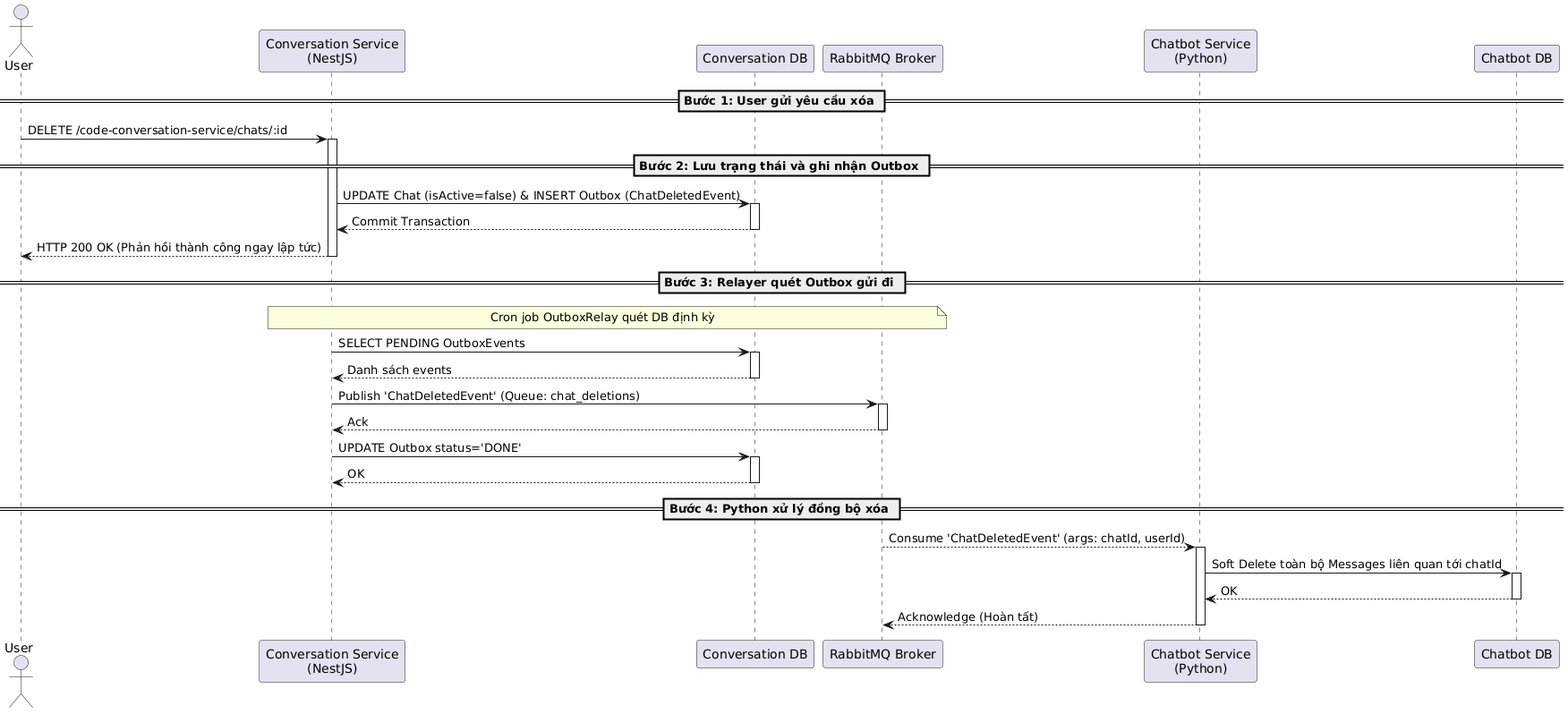
The PlantUML diagram temp/05-sequence/UML-Sequence-18.png in 20206205Tech/docs-uml, before a commit. Source of this version:
```plantuml
@startuml
actor User as User
participant "Conversation Service\n(NestJS)" as Conv
participant "Conversation DB" as ConvDB
participant "RabbitMQ Broker" as RabbitMQ
participant "Chatbot Service\n(Python)" as Chatbot
participant "Chatbot DB" as ChatbotDB

== Bước 1: User gửi yêu cầu xóa ==
User -> Conv: DELETE /code-conversation-service/chats/:id
activate Conv

== Bước 2: Lưu trạng thái và ghi nhận Outbox ==
Conv -> ConvDB: UPDATE Chat (isActive=false) & INSERT Outbox (ChatDeletedEvent)
activate ConvDB
ConvDB --> Conv: Commit Transaction
deactivate ConvDB

Conv --> User: HTTP 200 OK (Phản hồi thành công ngay lập tức)
deactivate Conv

== Bước 3: Relayer quét Outbox gửi đi ==
note over Conv, RabbitMQ: Cron job OutboxRelay quét DB định kỳ
Conv -> ConvDB: SELECT PENDING OutboxEvents
activate ConvDB
ConvDB --> Conv: Danh sách events
deactivate ConvDB

Conv -> RabbitMQ: Publish 'ChatDeletedEvent' (Queue: chat_deletions)
activate RabbitMQ
RabbitMQ --> Conv: Ack
deactivate RabbitMQ

Conv -> ConvDB: UPDATE Outbox status='DONE'
activate ConvDB
ConvDB --> Conv: OK
deactivate ConvDB

== Bước 4: Python xử lý đồng bộ xóa ==
RabbitMQ --> Chatbot: Consume 'ChatDeletedEvent' (args: chatId, userId)
activate Chatbot

Chatbot -> ChatbotDB: Soft Delete toàn bộ Messages liên quan tới chatId
activate ChatbotDB
ChatbotDB --> Chatbot: OK
deactivate ChatbotDB

Chatbot --> RabbitMQ: Acknowledge (Hoàn tất)
deactivate Chatbot
@enduml
```
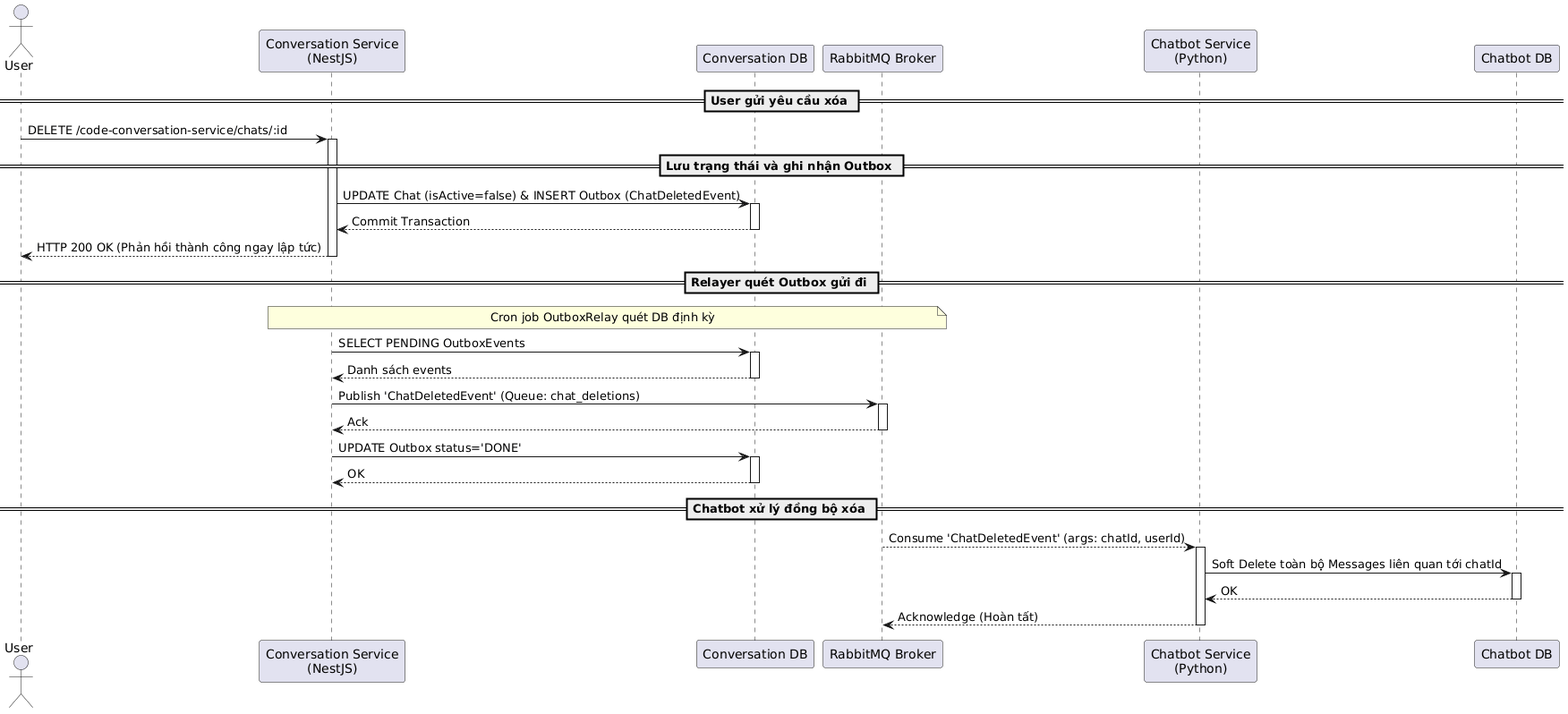
After the commit.

Diff of the diagram source:
```diff
@@ -6,11 +6,11 @@
 participant "Chatbot Service\n(Python)" as Chatbot
 participant "Chatbot DB" as ChatbotDB
 
-== Bước 1: User gửi yêu cầu xóa ==
+== User gửi yêu cầu xóa ==
 User -> Conv: DELETE /code-conversation-service/chats/:id
 activate Conv
 
-== Bước 2: Lưu trạng thái và ghi nhận Outbox ==
+== Lưu trạng thái và ghi nhận Outbox ==
 Conv -> ConvDB: UPDATE Chat (isActive=false) & INSERT Outbox (ChatDeletedEvent)
 activate ConvDB
 ConvDB --> Conv: Commit Transaction
@@ -19,7 +19,7 @@
 Conv --> User: HTTP 200 OK (Phản hồi thành công ngay lập tức)
 deactivate Conv
 
-== Bước 3: Relayer quét Outbox gửi đi ==
+== Relayer quét Outbox gửi đi ==
 note over Conv, RabbitMQ: Cron job OutboxRelay quét DB định kỳ
 Conv -> ConvDB: SELECT PENDING OutboxEvents
 activate ConvDB
@@ -36,7 +36,7 @@
 ConvDB --> Conv: OK
 deactivate ConvDB
 
-== Bước 4: Python xử lý đồng bộ xóa ==
+== Chatbot xử lý đồng bộ xóa ==
 RabbitMQ --> Chatbot: Consume 'ChatDeletedEvent' (args: chatId, userId)
 activate Chatbot
 
```
